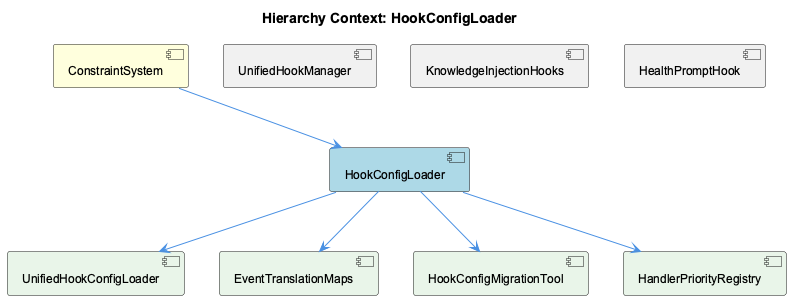
Earlier version of the PlantUML export knowledge-management/insights/images/hook-config-loader-relationship.png (fwornle/coding).
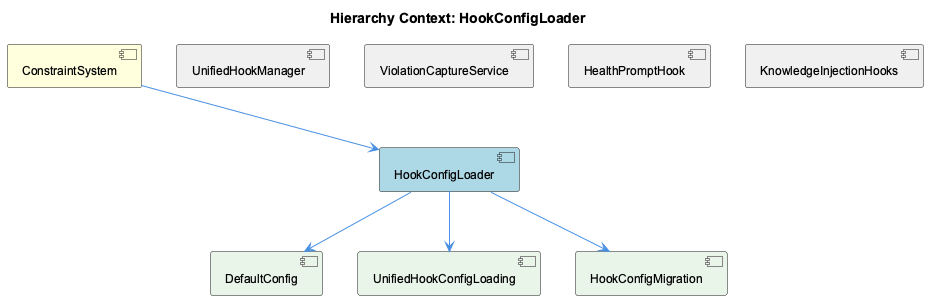
After the change.

What changed in the source:
```diff
@@ -6,20 +6,20 @@
 [ConstraintSystem] as constraint_system #FFFFDD
 [HookConfigLoader] as hook_config_loader #LightBlue
 [UnifiedHookManager] as unified_hook_manager #F0F0F0
+[ViolationCaptureService] as violation_capture_service #F0F0F0
+[HealthPromptHook] as health_prompt_hook #F0F0F0
 [KnowledgeInjectionHooks] as knowledge_injection_hooks #F0F0F0
-[HealthPromptHook] as health_prompt_hook #F0F0F0
-[UnifiedHookConfigLoader] as unified_hook_config_loader #E8F5E8
-[EventTranslationMaps] as event_translation_maps #E8F5E8
-[HookConfigMigrationTool] as hook_config_migration_tool #E8F5E8
-[HandlerPriorityRegistry] as handler_priority_registry #E8F5E8
+[DefaultConfig] as default_config #E8F5E8
+[UnifiedHookConfigLoading] as unified_hook_config_loading #E8F5E8
+[HookConfigMigration] as hook_config_migration #E8F5E8
 
 constraint_system --> hook_config_loader
 unified_hook_manager -[hidden]- hook_config_loader
+violation_capture_service -[hidden]- hook_config_loader
+health_prompt_hook -[hidden]- hook_config_loader
 knowledge_injection_hooks -[hidden]- hook_config_loader
-health_prompt_hook -[hidden]- hook_config_loader
-hook_config_loader --> unified_hook_config_loader
-hook_config_loader --> event_translation_maps
-hook_config_loader --> hook_config_migration_tool
-hook_config_loader --> handler_priority_registry
+hook_config_loader --> default_config
+hook_config_loader --> unified_hook_config_loading
+hook_config_loader --> hook_config_migration
 
 @enduml
```
